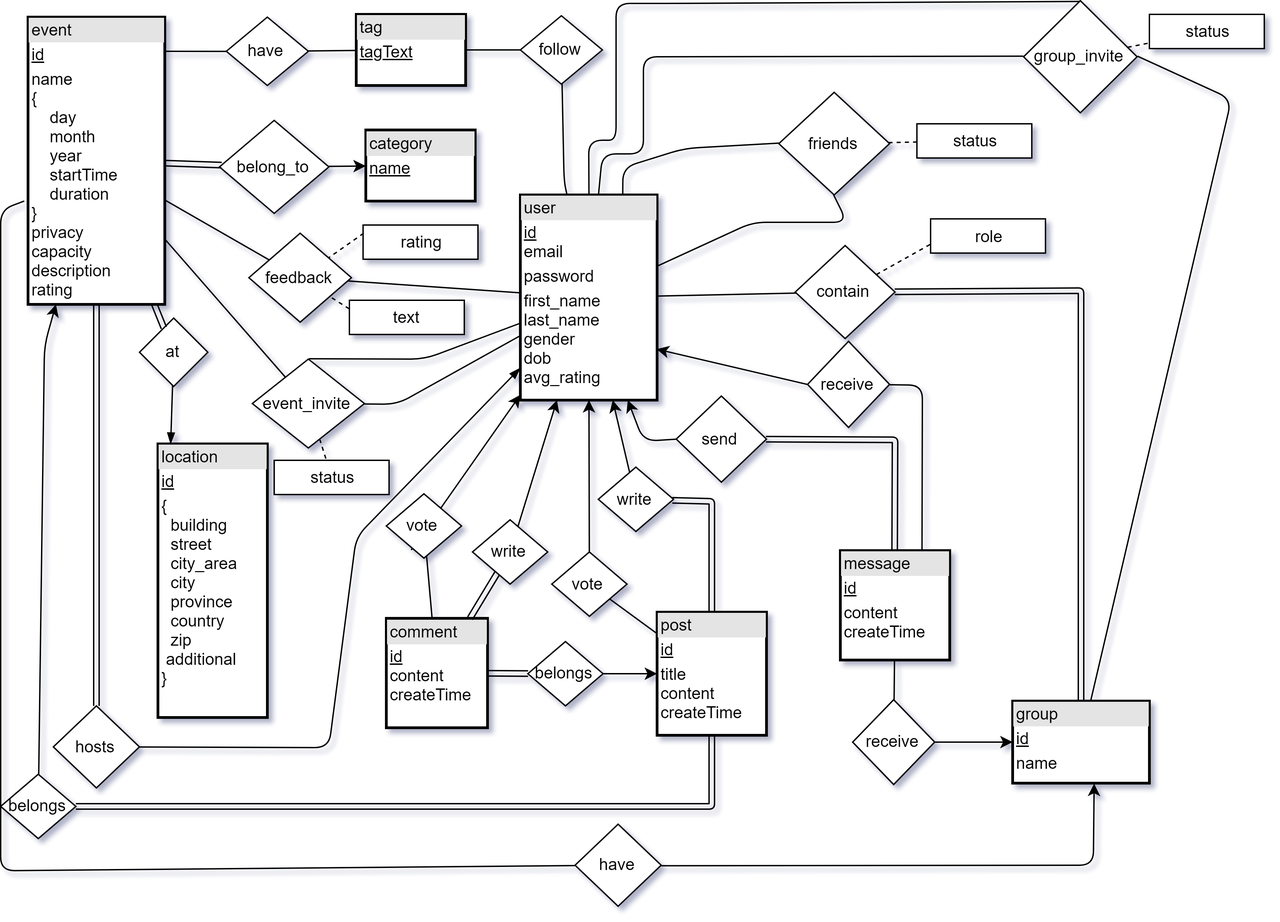
Earlier version of the draw.io export doc/diagrams/er_diagram/ERDiagram.png (ahmed-umair/scenes). Source tidied: cells renumbered, new cells last; positions are measured from the earlier drawing's top-left corner, leaving out a move shared by most shapes.
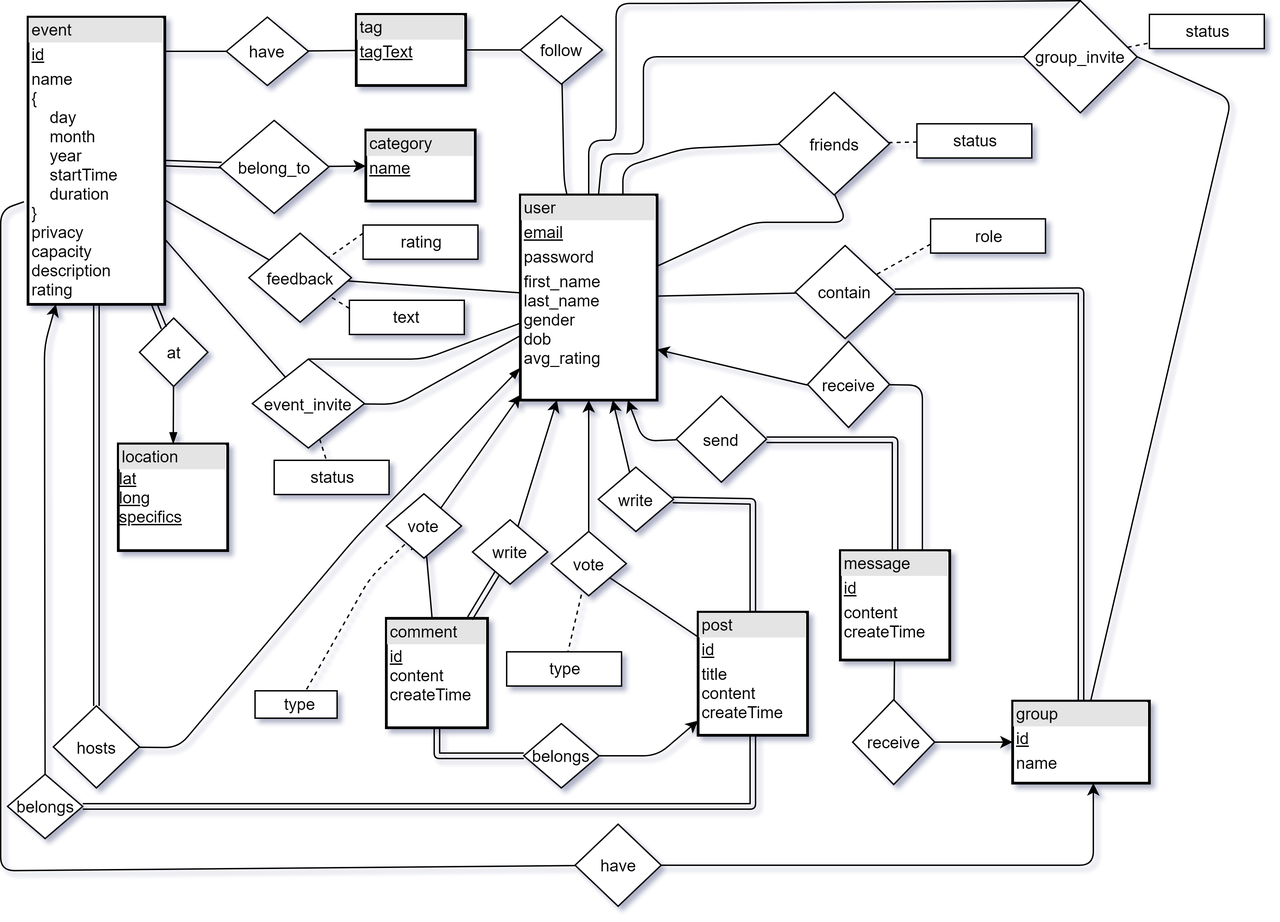
The same diagram one commit later.

The edit, as a diff of the source:
```diff
@@ -8,14 +8,14 @@
     <mxCell id="3" value="&lt;div style=&quot;box-sizing: border-box ; width: 100% ; background: #e4e4e4 ; padding: 2px&quot;&gt;tag&lt;/div&gt;&lt;table style=&quot;width: 100% ; font-size: 1em&quot; cellpadding=&quot;2&quot; cellspacing=&quot;0&quot;&gt;&lt;tbody&gt;&lt;tr&gt;&lt;td&gt;&lt;u&gt;tagText&lt;/u&gt;&lt;br&gt;&lt;/td&gt;&lt;/tr&gt;&lt;tr&gt;&lt;td&gt;&lt;br&gt;&lt;/td&gt;&lt;/tr&gt;&lt;/tbody&gt;&lt;/table&gt;" style="verticalAlign=top;align=left;overflow=fill;html=1;fillColor=#ffffff;strokeWidth=2;" parent="1" vertex="1">
       <mxGeometry x="260" y="10" width="80" height="52" as="geometry" />
     </mxCell>
-    <mxCell id="4" value="&lt;div style=&quot;box-sizing: border-box ; width: 100% ; background: #e4e4e4 ; padding: 2px&quot;&gt;user&lt;/div&gt;&lt;table style=&quot;width: 100% ; font-size: 1em&quot; cellpadding=&quot;2&quot; cellspacing=&quot;0&quot;&gt;&lt;tbody&gt;&lt;tr&gt;&lt;td&gt;&lt;u&gt;id&lt;/u&gt;&lt;br&gt;email&lt;/td&gt;&lt;/tr&gt;&lt;tr&gt;&lt;td&gt;password&lt;/td&gt;&lt;/tr&gt;&lt;tr&gt;&lt;td&gt;first_name&lt;br&gt;last_name&lt;br&gt;gender&lt;br&gt;dob&lt;br&gt;avg_rating&lt;/td&gt;&lt;/tr&gt;&lt;/tbody&gt;&lt;/table&gt;" style="verticalAlign=top;align=left;overflow=fill;html=1;fillColor=#ffffff;strokeWidth=2;" parent="1" vertex="1">
+    <mxCell id="4" value="&lt;div style=&quot;box-sizing: border-box ; width: 100% ; background: #e4e4e4 ; padding: 2px&quot;&gt;user&lt;/div&gt;&lt;table style=&quot;width: 100% ; font-size: 1em&quot; cellpadding=&quot;2&quot; cellspacing=&quot;0&quot;&gt;&lt;tbody&gt;&lt;tr&gt;&lt;td&gt;&lt;u&gt;email&lt;/u&gt;&lt;/td&gt;&lt;/tr&gt;&lt;tr&gt;&lt;td&gt;password&lt;/td&gt;&lt;/tr&gt;&lt;tr&gt;&lt;td&gt;first_name&lt;br&gt;last_name&lt;br&gt;gender&lt;br&gt;dob&lt;br&gt;avg_rating&lt;/td&gt;&lt;/tr&gt;&lt;/tbody&gt;&lt;/table&gt;" style="verticalAlign=top;align=left;overflow=fill;html=1;fillColor=#ffffff;strokeWidth=2;" parent="1" vertex="1">
       <mxGeometry x="380" y="142" width="100" height="150" as="geometry" />
     </mxCell>
     <mxCell id="5" value="&lt;div style=&quot;box-sizing: border-box ; width: 100% ; background: #e4e4e4 ; padding: 2px&quot;&gt;group&lt;/div&gt;&lt;table style=&quot;width: 100% ; font-size: 1em&quot; cellpadding=&quot;2&quot; cellspacing=&quot;0&quot;&gt;&lt;tbody&gt;&lt;tr&gt;&lt;td&gt;&lt;u&gt;id&lt;/u&gt;&lt;/td&gt;&lt;/tr&gt;&lt;tr&gt;&lt;td&gt;name&lt;/td&gt;&lt;/tr&gt;&lt;tr&gt;&lt;td&gt;&lt;br&gt;&lt;/td&gt;&lt;/tr&gt;&lt;/tbody&gt;&lt;/table&gt;" style="verticalAlign=top;align=left;overflow=fill;html=1;fillColor=#ffffff;strokeWidth=2;" parent="1" vertex="1">
       <mxGeometry x="740" y="512" width="100" height="60" as="geometry" />
     </mxCell>
-    <mxCell id="6" value="&lt;div style=&quot;box-sizing: border-box ; width: 100% ; background: #e4e4e4 ; padding: 2px&quot;&gt;location&lt;/div&gt;&lt;table style=&quot;width: 100% ; font-size: 1em&quot; cellpadding=&quot;2&quot; cellspacing=&quot;0&quot;&gt;&lt;tbody&gt;&lt;tr&gt;&lt;td&gt;&lt;u&gt;id&lt;/u&gt;&lt;/td&gt;&lt;/tr&gt;&lt;tr&gt;&lt;td&gt;{&lt;br&gt;&amp;nbsp; building&lt;br&gt;&amp;nbsp; street&lt;br&gt;&amp;nbsp; city_area&lt;br&gt;&amp;nbsp; city&lt;br&gt;&amp;nbsp; province&lt;br&gt;&amp;nbsp; country&lt;br&gt;&amp;nbsp; zip&lt;br&gt;&amp;nbsp;additional&lt;br&gt;}&lt;/td&gt;&lt;/tr&gt;&lt;/tbody&gt;&lt;/table&gt;" style="verticalAlign=top;align=left;overflow=fill;html=1;fillColor=#ffffff;direction=east;strokeWidth=2;" parent="1" vertex="1">
-      <mxGeometry x="115" y="324" width="80" height="200" as="geometry" />
+    <mxCell id="6" value="&lt;div style=&quot;box-sizing: border-box ; width: 100% ; background: #e4e4e4 ; padding: 2px&quot;&gt;location&lt;/div&gt;&lt;u&gt;lat&lt;br&gt;long&lt;br&gt;specifics&lt;/u&gt;&lt;br&gt;" style="verticalAlign=top;align=left;overflow=fill;html=1;fillColor=#ffffff;direction=east;strokeWidth=2;" parent="1" vertex="1">
+      <mxGeometry x="86" y="324" width="80" height="78" as="geometry" />
     </mxCell>
     <mxCell id="7" value="&lt;div style=&quot;box-sizing: border-box ; width: 100% ; background: #e4e4e4 ; padding: 2px&quot;&gt;message&lt;/div&gt;&lt;table style=&quot;width: 100% ; font-size: 1em&quot; cellpadding=&quot;2&quot; cellspacing=&quot;0&quot;&gt;&lt;tbody&gt;&lt;tr&gt;&lt;td&gt;&lt;u&gt;id&lt;/u&gt;&lt;/td&gt;&lt;/tr&gt;&lt;tr&gt;&lt;td&gt;content&lt;br&gt;createTime&lt;/td&gt;&lt;/tr&gt;&lt;/tbody&gt;&lt;/table&gt;" style="verticalAlign=top;align=left;overflow=fill;html=1;fillColor=#ffffff;strokeWidth=2;" parent="1" vertex="1">
       <mxGeometry x="614" y="402" width="80" height="80" as="geometry" />
@@ -29,7 +29,7 @@
     <mxCell id="10" value="at" style="shape=rhombus;html=1;dashed=0;whitespace=wrap;perimeter=rhombusPerimeter;fillColor=#ffffff;" parent="1" vertex="1">
       <mxGeometry x="101.5" y="232" width="50" height="50" as="geometry" />
     </mxCell>
-    <mxCell id="11" style="endArrow=blockThin;html=1;entryX=0.113;entryY=0;entryDx=0;entryDy=0;endFill=1;entryPerimeter=0;" parent="1" edge="1" source="10" target="6">
+    <mxCell id="11" style="endArrow=blockThin;html=1;endFill=1;" parent="1" edge="1" source="10" target="6">
       <mxGeometry relative="1" as="geometry" />
     </mxCell>
     <mxCell id="12" style="endArrow=none;html=1;shape=link;" parent="1" edge="1" source="10" target="2">
@@ -49,7 +49,7 @@
     <mxCell id="16" style="endArrow=blockThin;html=1;endFill=1;" parent="1" edge="1" source="17" target="4">
       <mxGeometry relative="1" as="geometry">
         <Array as="points">
-          <mxPoint x="240" y="546" />
+          <mxPoint x="130" y="546" />
           <mxPoint x="260" y="392" />
         </Array>
       </mxGeometry>
@@ -101,7 +101,7 @@
       <mxGeometry relative="1" as="geometry" />
     </mxCell>
     <mxCell id="29" style="group;" parent="1" vertex="1">
-      <mxGeometry x="480" y="447" width="80" height="90" as="geometry" />
+      <mxGeometry x="510" y="447" width="80" height="90" as="geometry" />
     </mxCell>
     <mxCell id="30" value="&lt;div style=&quot;box-sizing: border-box ; width: 100% ; background: #e4e4e4 ; padding: 2px&quot;&gt;post&lt;/div&gt;&lt;table style=&quot;width: 100% ; font-size: 1em&quot; cellpadding=&quot;2&quot; cellspacing=&quot;0&quot;&gt;&lt;tbody&gt;&lt;tr&gt;&lt;td&gt;&lt;u&gt;id&lt;/u&gt;&lt;/td&gt;&lt;/tr&gt;&lt;tr&gt;&lt;td&gt;title&lt;br&gt;content&lt;br&gt;createTime&lt;/td&gt;&lt;/tr&gt;&lt;/tbody&gt;&lt;/table&gt;" style="verticalAlign=top;align=left;overflow=fill;html=1;fillColor=#ffffff;strokeWidth=2;" parent="29" vertex="1">
       <mxGeometry width="80" height="90" as="geometry" />
@@ -173,7 +173,7 @@
     <mxCell id="41" style="shape=link;html=1;" parent="1" edge="1" source="21" target="30">
       <mxGeometry relative="1" as="geometry">
         <Array as="points">
-          <mxPoint x="520" y="366" />
+          <mxPoint x="550" y="366" />
         </Array>
       </mxGeometry>
     </mxCell>
@@ -181,7 +181,7 @@
       <mxGeometry relative="1" as="geometry" />
     </mxCell>
     <mxCell id="43" value="vote&lt;br&gt;" style="shape=rhombus;html=1;dashed=0;whitespace=wrap;perimeter=rhombusPerimeter;fillColor=#ffffff;" parent="1" vertex="1">
-      <mxGeometry x="403" y="403" width="55" height="47" as="geometry" />
+      <mxGeometry x="402.5" y="388" width="55" height="47" as="geometry" />
     </mxCell>
     <mxCell id="44" style="endArrow=classic;html=1;" parent="1" edge="1" source="43" target="4">
       <mxGeometry relative="1" as="geometry" />
@@ -202,13 +202,21 @@
       <mxGeometry relative="1" as="geometry" />
     </mxCell>
     <mxCell id="50" value="belongs&lt;br&gt;" style="shape=rhombus;html=1;dashed=0;whitespace=wrap;perimeter=rhombusPerimeter;fillColor=#ffffff;" parent="1" vertex="1">
-      <mxGeometry x="385.5" y="468.5" width="55" height="47" as="geometry" />
+      <mxGeometry x="382.5" y="528.5" width="55" height="47" as="geometry" />
     </mxCell>
     <mxCell id="51" style="endArrow=classic;html=1;" parent="1" edge="1" source="50" target="30">
-      <mxGeometry relative="1" as="geometry" />
+      <mxGeometry relative="1" as="geometry">
+        <Array as="points">
+          <mxPoint x="480" y="552" />
+        </Array>
+      </mxGeometry>
     </mxCell>
     <mxCell id="52" style="shape=link;html=1;" parent="1" edge="1" source="48" target="50">
-      <mxGeometry relative="1" as="geometry" />
+      <mxGeometry relative="1" as="geometry">
+        <Array as="points">
+          <mxPoint x="319" y="552" />
+        </Array>
+      </mxGeometry>
     </mxCell>
     <mxCell id="53" style="endArrow=classic;html=1;" parent="1" edge="1" source="54" target="4">
       <mxGeometry relative="1" as="geometry">
@@ -223,12 +231,12 @@
     <mxCell id="55" style="shape=link;html=1;" parent="1" edge="1" source="30" target="56">
       <mxGeometry relative="1" as="geometry">
         <Array as="points">
-          <mxPoint x="520" y="589" />
+          <mxPoint x="550" y="589" />
         </Array>
       </mxGeometry>
     </mxCell>
     <mxCell id="56" value="belongs&lt;br&gt;" style="shape=rhombus;html=1;dashed=0;whitespace=wrap;perimeter=rhombusPerimeter;fillColor=#ffffff;" parent="1" vertex="1">
-      <mxGeometry y="565.5" width="55" height="47" as="geometry" />
+      <mxGeometry x="5" y="565.5" width="55" height="47" as="geometry" />
     </mxCell>
     <mxCell id="57" style="endArrow=classic;html=1;" parent="1" edge="1" source="56" target="2">
       <mxGeometry relative="1" as="geometry">
@@ -401,5 +409,39 @@
     <mxCell id="105" style="endArrow=none;dashed=1;html=1;exitX=0;exitY=0.25;exitDx=0;exitDy=0;" parent="1" edge="1" source="103" target="27">
       <mxGeometry relative="1" as="geometry" />
     </mxCell>
+    <mxCell id="106" style="endArrow=none;dashed=1;html=1;" parent="1" edge="1" source="110" target="54">
+      <mxGeometry relative="1" as="geometry">
+        <Array as="points">
+          <mxPoint x="270" y="422" />
+        </Array>
+      </mxGeometry>
+    </mxCell>
+    <mxCell id="107" style="group;" parent="1" vertex="1">
+      <mxGeometry x="176" y="501.5" width="84" height="25" as="geometry" />
+    </mxCell>
+    <mxCell id="108" style="group;" parent="107" vertex="1">
+      <mxGeometry width="84" height="25" as="geometry" />
+    </mxCell>
+    <mxCell id="109" style="rounded=0;whiteSpace=wrap;html=1;" parent="108" vertex="1">
+      <mxGeometry x="10" y="3" width="60" height="20" as="geometry" />
+    </mxCell>
+    <mxCell id="110" value="type&lt;br&gt;" style="text;html=1;strokeColor=none;fillColor=none;align=center;verticalAlign=middle;whiteSpace=wrap;rounded=0;" parent="108" vertex="1">
+      <mxGeometry x="12" y="2" width="60" height="20" as="geometry" />
+    </mxCell>
+    <mxCell id="111" style="endArrow=none;dashed=1;html=1;" parent="1" edge="1" source="115" target="43">
+      <mxGeometry relative="1" as="geometry" />
+    </mxCell>
+    <mxCell id="112" style="group;" parent="1" vertex="1">
+      <mxGeometry x="370" y="476" width="84" height="25" as="geometry" />
+    </mxCell>
+    <mxCell id="113" style="group;" parent="112" vertex="1">
+      <mxGeometry width="84" height="25" as="geometry" />
+    </mxCell>
+    <mxCell id="114" style="rounded=0;whiteSpace=wrap;html=1;" parent="113" vertex="1">
+      <mxGeometry width="84" height="25" as="geometry" />
+    </mxCell>
+    <mxCell id="115" value="type&lt;br&gt;" style="text;html=1;strokeColor=none;fillColor=none;align=center;verticalAlign=middle;whiteSpace=wrap;rounded=0;" parent="113" vertex="1">
+      <mxGeometry x="12" y="2" width="60" height="20" as="geometry" />
+    </mxCell>
   </root>
 </mxGraphModel>
```
